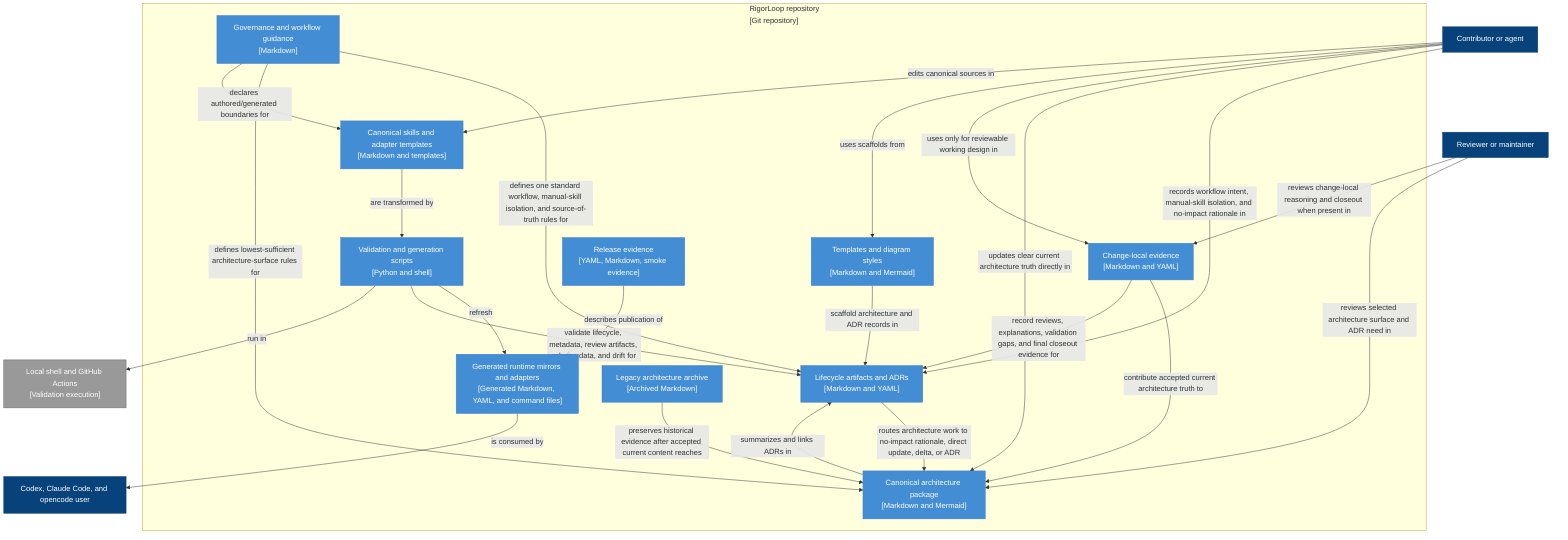
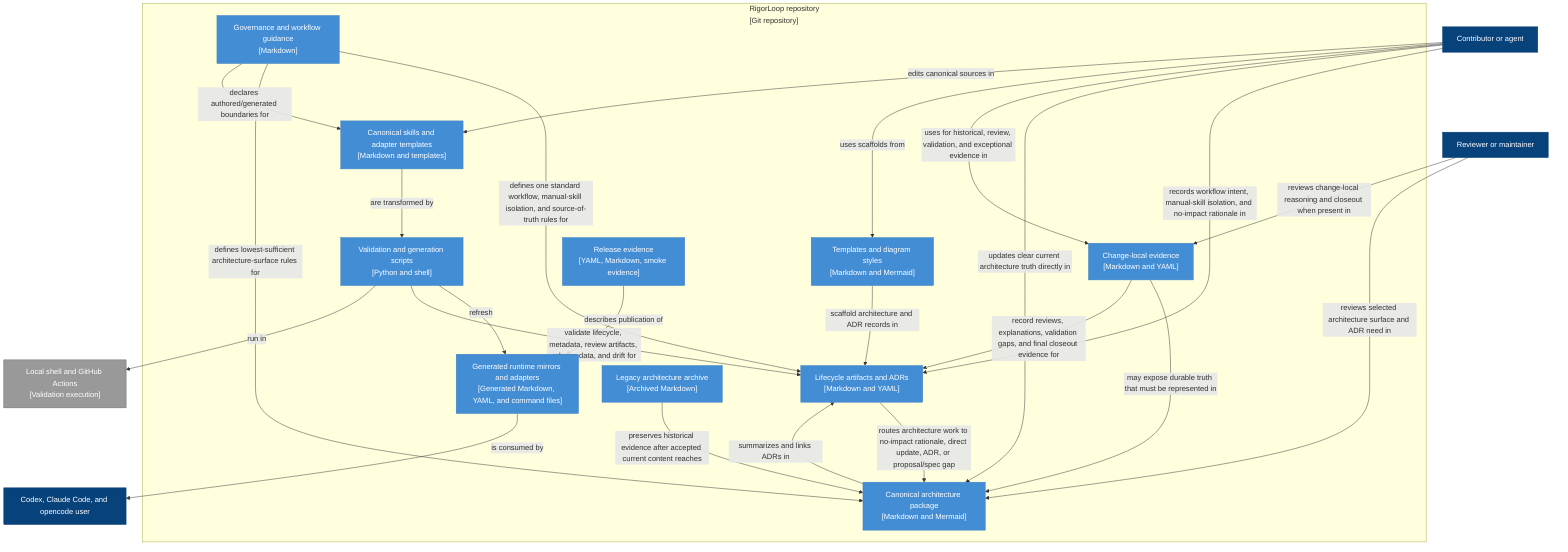
flowchart TB
  contributor["Contributor or agent"]:::person
  reviewer["Reviewer or maintainer"]:::person
  execution["Local shell and GitHub Actions<br/>[Validation execution]"]:::external
  adapter_user["Codex, Claude Code, and opencode user"]:::person

  subgraph repo["RigorLoop repository<br/>[Git repository]"]
    governance["Governance and workflow guidance<br/>[Markdown]"]:::container
    lifecycle["Lifecycle artifacts and ADRs<br/>[Markdown and YAML]"]:::container
    architecture["Canonical architecture package<br/>[Markdown and Mermaid]"]:::container
    changes["Change-local evidence<br/>[Markdown and YAML]"]:::container
    templates["Templates and diagram styles<br/>[Markdown and Mermaid]"]:::container
    skills["Canonical skills and adapter templates<br/>[Markdown and templates]"]:::container
    scripts["Validation and generation scripts<br/>[Python and shell]"]:::container
    generated["Generated runtime mirrors and adapters<br/>[Generated Markdown, YAML, and command files]"]:::container
    release["Release evidence<br/>[YAML, Markdown, smoke evidence]"]:::container
    legacy["Legacy architecture archive<br/>[Archived Markdown]"]:::container
  end

  contributor -->|records workflow intent, manual-skill isolation, and no-impact rationale in| lifecycle
  contributor -->|updates clear current architecture truth directly in| architecture
-   contributor -->|uses only for reviewable working design in| changes
+   contributor -->|uses for historical, review, validation, and exceptional evidence in| changes
  contributor -->|uses scaffolds from| templates
  contributor -->|edits canonical sources in| skills
  reviewer -->|reviews selected architecture surface and ADR need in| architecture
  reviewer -->|reviews change-local reasoning and closeout when present in| changes
  governance -->|defines one standard workflow, manual-skill isolation, and source-of-truth rules for| lifecycle
  governance -->|defines lowest-sufficient architecture-surface rules for| architecture
  governance -->|declares authored/generated boundaries for| skills
-   lifecycle -->|routes architecture work to no-impact rationale, direct update, delta, or ADR| architecture
-   changes -->|contribute accepted current architecture truth to| architecture
+   lifecycle -->|routes architecture work to no-impact rationale, direct update, ADR, or proposal/spec gap| architecture
+   changes -->|may expose durable truth that must be represented in| architecture
  changes -->|record reviews, explanations, validation gaps, and final closeout evidence for| lifecycle
  templates -->|scaffold architecture and ADR records in| lifecycle
  skills -->|are transformed by| scripts
  scripts -->|refresh| generated
  scripts -->|validate lifecycle, metadata, review artifacts, release data, and drift for| lifecycle
  scripts -->|run in| execution
  release -->|describes publication of| generated
  generated -->|is consumed by| adapter_user
  legacy -->|preserves historical evidence after accepted current content reaches| architecture
  architecture -->|summarizes and links ADRs in| lifecycle

  classDef person fill:#08427b,stroke:#073b6f,color:#fff
  classDef system fill:#1168bd,stroke:#0e5aa7,color:#fff
  classDef external fill:#999,stroke:#666,color:#fff
  classDef container fill:#438dd5,stroke:#3c7fc0,color:#fff
